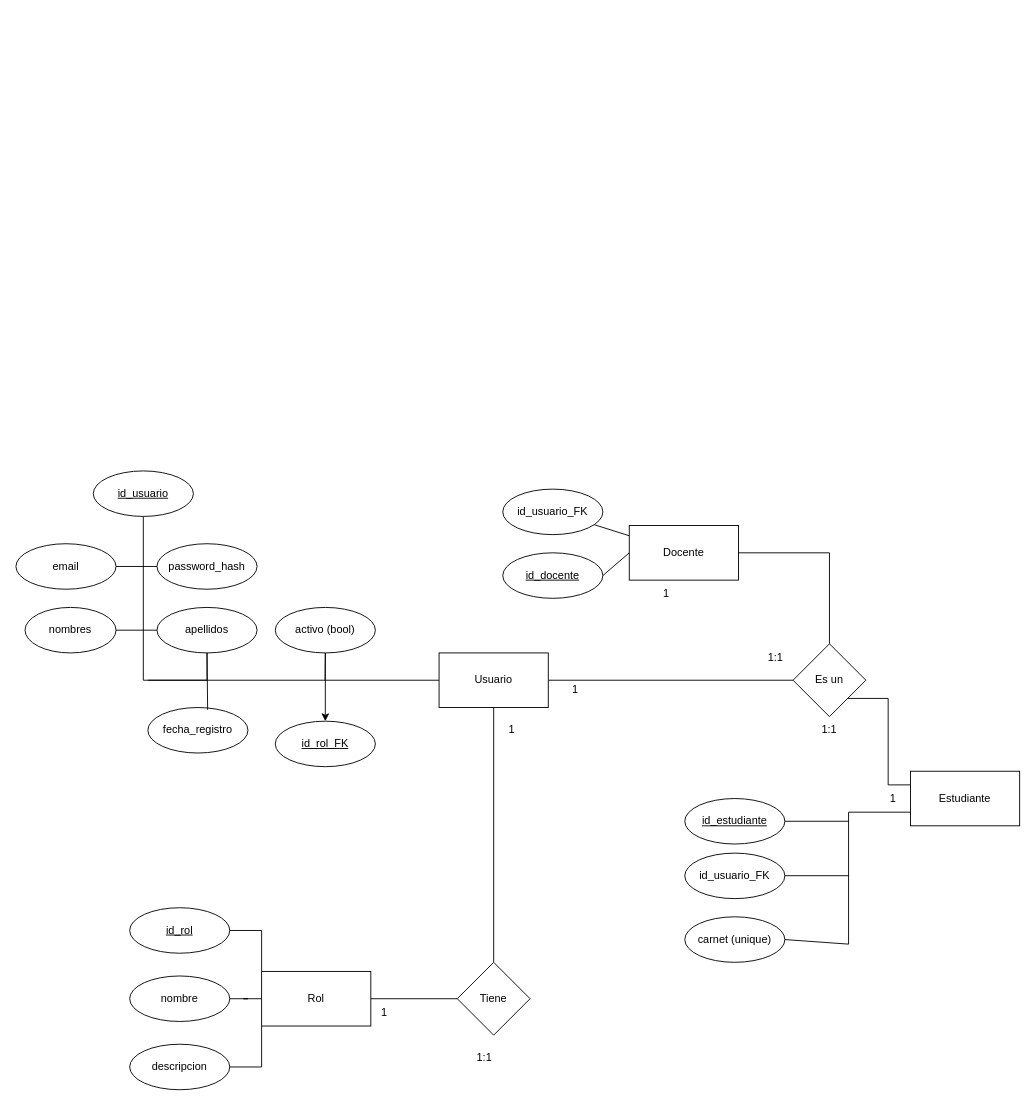
Before: diagramas/conceptual/drawio/modelo_conceptual.drawio in piti-codenbugs/sgea-db, a draw.io diagram. Source tidied: cells renumbered, new cells numbered last; positions are measured from the earlier drawing's top-left corner, leaving out a move shared by most shapes. Both pictures are drawn from the tidied source at 91%, with x=0, y=0 at pixel (15, 470).
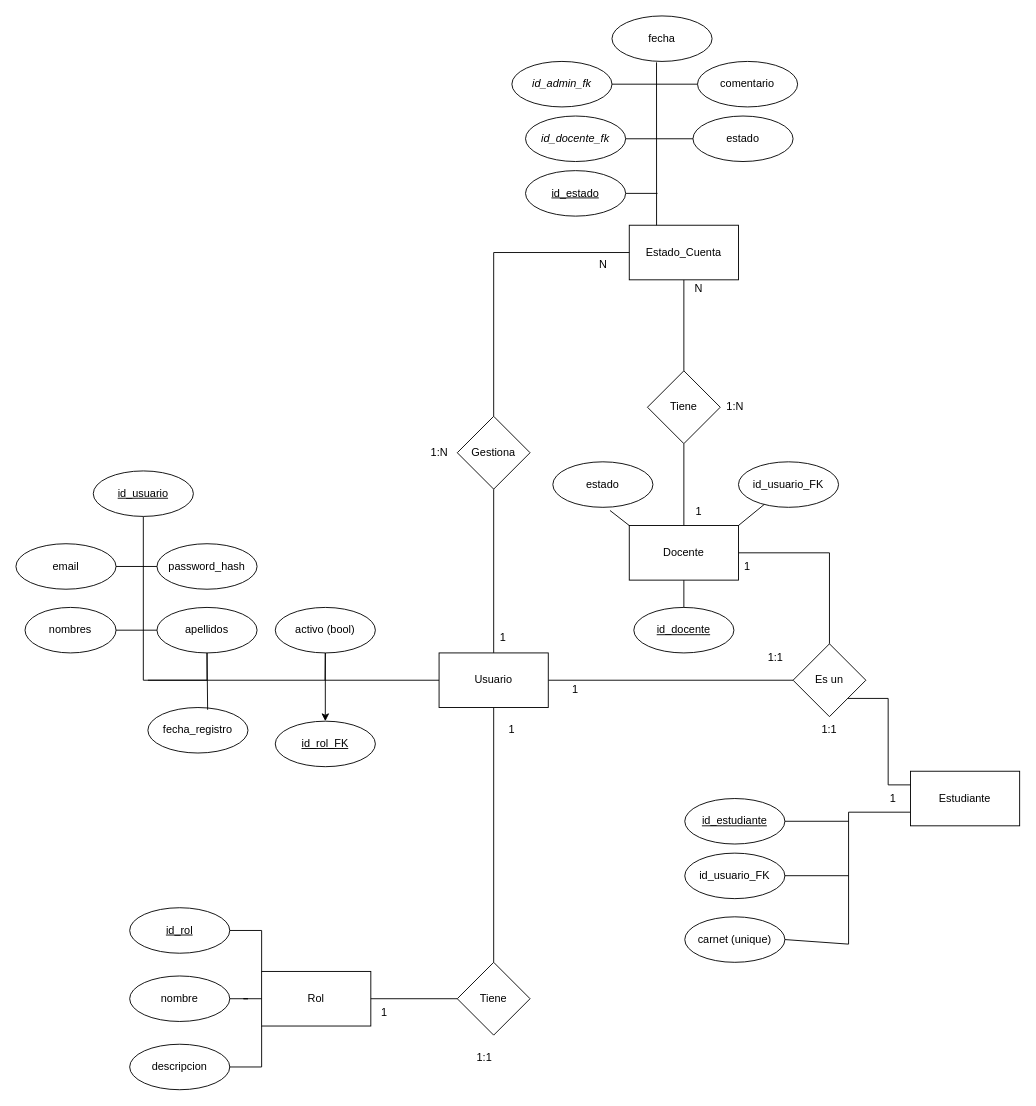
After the change.

Unchanged cells that the change refers to:
```xml
<mxCell id="5" value="Docente" style="rounded=0;whiteSpace=wrap;html=1;" parent="1" vertex="1">
  <mxGeometry x="674" y="60" width="120" height="60" as="geometry" />
</mxCell>
<mxCell id="9" value="Usuario" style="rounded=0;whiteSpace=wrap;html=1;" parent="1" vertex="1">
  <mxGeometry x="465" y="200" width="120" height="60" as="geometry" />
</mxCell>
```

Change to the diagram source:
```diff
@@
-    <mxCell id="4" style="rounded=0;jettySize=auto;html=1;exitX=0;exitY=0.5;exitDx=0;exitDy=0;entryX=1;entryY=0.5;entryDx=0;entryDy=0;endArrow=none;endFill=0;" parent="1" edge="1" source="5" target="28">
+    <mxCell id="4" style="rounded=0;jettySize=auto;html=1;exitX=0.5;exitY=1;exitDx=0;exitDy=0;entryX=0.5;entryY=0;entryDx=0;entryDy=0;endArrow=none;endFill=0;" parent="1" edge="1" source="5" target="28">
       <mxGeometry relative="1" as="geometry" />
     </mxCell>
+    <mxCell id="53" style="edgeStyle=orthogonalEdgeStyle;rounded=0;jettySize=auto;html=1;exitX=0.5;exitY=0;exitDx=0;exitDy=0;entryX=0.5;entryY=1;entryDx=0;entryDy=0;endArrow=none;endFill=0;" parent="1" edge="1" source="5" target="56">
+      <mxGeometry relative="1" as="geometry" />
+    </mxCell>
@@
+    <mxCell id="54" style="edgeStyle=none;rounded=0;jettySize=auto;html=1;exitX=0.5;exitY=0;exitDx=0;exitDy=0;entryX=0.5;entryY=1;entryDx=0;entryDy=0;endArrow=none;endFill=0;" parent="1" edge="1" source="9" target="66">
+      <mxGeometry relative="1" as="geometry" />
+    </mxCell>
@@
     <mxCell id="28" value="&lt;u&gt;id_docente&lt;/u&gt;" style="ellipse;whiteSpace=wrap;html=1;" parent="1" vertex="1">
-      <mxGeometry x="535" y="90" width="110" height="50" as="geometry" />
+      <mxGeometry x="679" y="150" width="110" height="50" as="geometry" />
     </mxCell>
     <mxCell id="29" value="id_usuario_FK" style="ellipse;whiteSpace=wrap;html=1;" parent="1" vertex="1">
-      <mxGeometry x="535" y="20" width="110" height="50" as="geometry" />
+      <mxGeometry x="794" y="-10" width="110" height="50" as="geometry" />
     </mxCell>
-    <mxCell id="30" style="rounded=0;jettySize=auto;html=1;endArrow=none;endFill=0;" parent="1" edge="1" source="29" target="5">
+    <mxCell id="30" style="rounded=0;jettySize=auto;html=1;endArrow=none;endFill=0;entryX=1;entryY=0;entryDx=0;entryDy=0;" parent="1" edge="1" source="29" target="5">
       <mxGeometry relative="1" as="geometry" />
     </mxCell>
@@
     <mxCell id="44" value="1" style="text;html=1;whiteSpace=wrap;strokeColor=none;fillColor=none;align=center;verticalAlign=middle;rounded=0;" parent="1" vertex="1">
-      <mxGeometry x="685" y="120" width="60" height="30" as="geometry" />
+      <mxGeometry x="774" y="90" width="60" height="30" as="geometry" />
     </mxCell>
@@
+    <mxCell id="55" style="edgeStyle=orthogonalEdgeStyle;rounded=0;jettySize=auto;html=1;exitX=0.5;exitY=0;exitDx=0;exitDy=0;entryX=0.5;entryY=1;entryDx=0;entryDy=0;endArrow=none;endFill=0;" parent="1" edge="1" source="56" target="57">
+      <mxGeometry relative="1" as="geometry" />
+    </mxCell>
+    <mxCell id="56" value="Tiene" style="rhombus;whiteSpace=wrap;html=1;" parent="1" vertex="1">
+      <mxGeometry x="694" y="-110" width="80" height="80" as="geometry" />
+    </mxCell>
+    <mxCell id="57" value="Estado_Cuenta" style="rounded=0;whiteSpace=wrap;html=1;" parent="1" vertex="1">
+      <mxGeometry x="674" y="-270" width="120" height="60" as="geometry" />
+    </mxCell>
+    <mxCell id="58" style="edgeStyle=none;rounded=0;jettySize=auto;html=1;endArrow=none;endFill=0;" parent="1" edge="1" source="59" target="63">
+      <mxGeometry relative="1" as="geometry" />
+    </mxCell>
+    <mxCell id="59" value="&lt;i style=&quot;&quot;&gt;id_docente_fk&lt;/i&gt;" style="ellipse;whiteSpace=wrap;html=1;" parent="1" vertex="1">
+      <mxGeometry x="560" y="-390" width="110" height="50" as="geometry" />
+    </mxCell>
+    <mxCell id="60" value="fecha" style="ellipse;whiteSpace=wrap;html=1;" parent="1" vertex="1">
+      <mxGeometry x="655" y="-500" width="110" height="50" as="geometry" />
+    </mxCell>
+    <mxCell id="61" style="edgeStyle=none;rounded=0;jettySize=auto;html=1;endArrow=none;endFill=0;" parent="1" edge="1" source="62" target="64">
+      <mxGeometry relative="1" as="geometry" />
+    </mxCell>
+    <mxCell id="62" value="&lt;i&gt;id_admin_fk&lt;/i&gt;" style="ellipse;whiteSpace=wrap;html=1;" parent="1" vertex="1">
+      <mxGeometry x="545" y="-450" width="110" height="50" as="geometry" />
+    </mxCell>
+    <mxCell id="63" value="estado" style="ellipse;whiteSpace=wrap;html=1;" parent="1" vertex="1">
+      <mxGeometry x="744" y="-390" width="110" height="50" as="geometry" />
+    </mxCell>
+    <mxCell id="64" value="comentario" style="ellipse;whiteSpace=wrap;html=1;" parent="1" vertex="1">
+      <mxGeometry x="749" y="-450" width="110" height="50" as="geometry" />
+    </mxCell>
+    <mxCell id="65" style="edgeStyle=orthogonalEdgeStyle;rounded=0;jettySize=auto;html=1;exitX=0.5;exitY=0;exitDx=0;exitDy=0;entryX=0;entryY=0.5;entryDx=0;entryDy=0;endArrow=none;endFill=0;" parent="1" edge="1" source="66" target="57">
+      <mxGeometry relative="1" as="geometry" />
+    </mxCell>
+    <mxCell id="66" value="Gestiona" style="rhombus;whiteSpace=wrap;html=1;" parent="1" vertex="1">
+      <mxGeometry x="485" y="-60" width="80" height="80" as="geometry" />
+    </mxCell>
+    <mxCell id="67" value="1" style="text;html=1;align=center;verticalAlign=middle;strokeColor=none;fillColor=none;" parent="1" vertex="1">
+      <mxGeometry x="735" y="30" width="30" height="30" as="geometry" />
+    </mxCell>
+    <mxCell id="68" value="1:N" style="text;html=1;align=center;verticalAlign=middle;strokeColor=none;fillColor=none;" parent="1" vertex="1">
+      <mxGeometry x="770" y="-85" width="40" height="30" as="geometry" />
+    </mxCell>
+    <mxCell id="69" value="N" style="text;html=1;align=center;verticalAlign=middle;strokeColor=none;fillColor=none;" parent="1" vertex="1">
+      <mxGeometry x="735" y="-215" width="30" height="30" as="geometry" />
+    </mxCell>
+    <mxCell id="70" value="1" style="text;html=1;align=center;verticalAlign=middle;strokeColor=none;fillColor=none;" parent="1" vertex="1">
+      <mxGeometry x="520" y="168" width="30" height="30" as="geometry" />
+    </mxCell>
+    <mxCell id="71" value="1:N" style="text;html=1;align=center;verticalAlign=middle;strokeColor=none;fillColor=none;" parent="1" vertex="1">
+      <mxGeometry x="445" y="-35" width="40" height="30" as="geometry" />
+    </mxCell>
+    <mxCell id="72" value="N" style="text;html=1;align=center;verticalAlign=middle;strokeColor=none;fillColor=none;" parent="1" vertex="1">
+      <mxGeometry x="630" y="-242" width="30" height="30" as="geometry" />
+    </mxCell>
+    <mxCell id="73" style="edgeStyle=none;rounded=0;jettySize=auto;html=1;exitX=0.25;exitY=0;exitDx=0;exitDy=0;entryX=0.445;entryY=1.02;entryDx=0;entryDy=0;entryPerimeter=0;endArrow=none;endFill=0;" parent="1" edge="1" source="57" target="60">
+      <mxGeometry relative="1" as="geometry" />
+    </mxCell>
+    <mxCell id="74" value="estado" style="ellipse;whiteSpace=wrap;html=1;" parent="1" vertex="1">
+      <mxGeometry x="590" y="-10" width="110" height="50" as="geometry" />
+    </mxCell>
+    <mxCell id="75" style="edgeStyle=none;rounded=0;jettySize=auto;html=1;exitX=0;exitY=0;exitDx=0;exitDy=0;entryX=0.571;entryY=1.069;entryDx=0;entryDy=0;entryPerimeter=0;endArrow=none;endFill=0;" parent="1" edge="1" source="5" target="74">
+      <mxGeometry relative="1" as="geometry" />
+    </mxCell>
+    <mxCell id="76" style="edgeStyle=none;rounded=0;jettySize=auto;html=1;exitX=1;exitY=0.5;exitDx=0;exitDy=0;endArrow=none;endFill=0;" parent="1" edge="1" source="77">
+      <mxGeometry relative="1" as="geometry">
+        <mxPoint x="705" y="-305" as="targetPoint" />
+      </mxGeometry>
+    </mxCell>
+    <mxCell id="77" value="&lt;u&gt;id_estado&lt;/u&gt;" style="ellipse;whiteSpace=wrap;html=1;" parent="1" vertex="1">
+      <mxGeometry x="560" y="-330" width="110" height="50" as="geometry" />
+    </mxCell>
```
